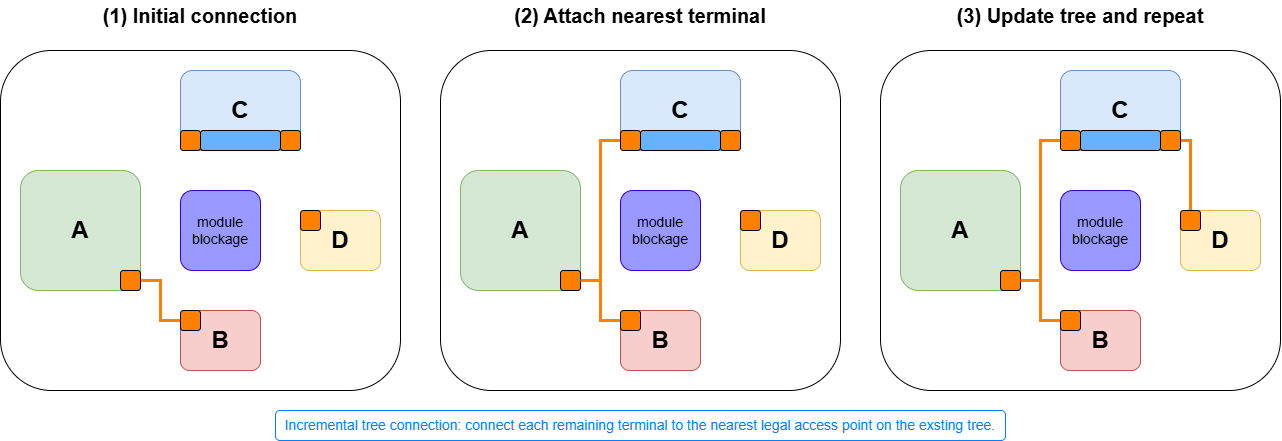
Before: assets/images/routing/incremental-tree-routing.png, a diagram exported from draw.io (RuihuaGao/analog-layout-research-portfolio). Source tidied: cells renumbered, new cells last; positions are measured from the earlier drawing's top-left corner, leaving out a move shared by most shapes. The source it was exported from:
```xml
<mxGraphModel>
  <root>
    <mxCell id="0" />
    <mxCell id="1" parent="0" />
    <mxCell id="2" style="rounded=1;whiteSpace=wrap;html=1;" parent="1" vertex="1">
      <mxGeometry y="50" width="400" height="340" as="geometry" />
    </mxCell>
    <mxCell id="3" value="&lt;font style=&quot;font-size: 24px;&quot;&gt;&lt;b&gt;A&lt;/b&gt;&lt;/font&gt;" style="rounded=1;whiteSpace=wrap;html=1;fillColor=#d5e8d4;strokeColor=#82b366;" parent="1" vertex="1">
      <mxGeometry x="20" y="170" width="120" height="120" as="geometry" />
    </mxCell>
    <mxCell id="4" value="module blockage" style="rounded=1;whiteSpace=wrap;html=1;fillColor=#9999FF;fontColor=#000000;strokeColor=#3700CC;fontSize=14;" parent="1" vertex="1">
      <mxGeometry x="180" y="190" width="80" height="80" as="geometry" />
    </mxCell>
    <mxCell id="5" value="C" style="rounded=1;whiteSpace=wrap;html=1;fontSize=24;fontStyle=1;fillColor=#dae8fc;strokeColor=#6c8ebf;" parent="1" vertex="1">
      <mxGeometry x="180" y="70" width="120" height="80" as="geometry" />
    </mxCell>
    <mxCell id="6" value="B" style="rounded=1;whiteSpace=wrap;html=1;fontSize=24;fontStyle=1;fillColor=#f8cecc;strokeColor=#b85450;" parent="1" vertex="1">
      <mxGeometry x="180" y="310" width="80" height="60" as="geometry" />
    </mxCell>
    <mxCell id="7" value="D" style="rounded=1;whiteSpace=wrap;html=1;fontSize=24;fontStyle=1;fillColor=#fff2cc;strokeColor=#d6b656;" parent="1" vertex="1">
      <mxGeometry x="300" y="210" width="80" height="60" as="geometry" />
    </mxCell>
    <mxCell id="8" style="edgeStyle=orthogonalEdgeStyle;rounded=0;jettySize=auto;html=1;exitX=1;exitY=0.5;exitDx=0;exitDy=0;entryX=0;entryY=0.5;entryDx=0;entryDy=0;endArrow=none;endFill=0;strokeColor=#FF8000;strokeWidth=3;" parent="1" edge="1" source="9" target="10">
      <mxGeometry relative="1" as="geometry" />
    </mxCell>
    <mxCell id="9" style="rounded=1;whiteSpace=wrap;html=1;fillColor=#FF8000;" parent="1" vertex="1">
      <mxGeometry x="120" y="270" width="20" height="20" as="geometry" />
    </mxCell>
    <mxCell id="10" style="rounded=1;whiteSpace=wrap;html=1;fillColor=#FF8000;" parent="1" vertex="1">
      <mxGeometry x="180" y="310" width="20" height="20" as="geometry" />
    </mxCell>
    <mxCell id="11" style="rounded=1;whiteSpace=wrap;html=1;fillColor=#FF8000;" parent="1" vertex="1">
      <mxGeometry x="180" y="130" width="20" height="20" as="geometry" />
    </mxCell>
    <mxCell id="12" style="rounded=1;whiteSpace=wrap;html=1;fillColor=#FF8000;" parent="1" vertex="1">
      <mxGeometry x="280" y="130" width="20" height="20" as="geometry" />
    </mxCell>
    <mxCell id="13" style="rounded=1;whiteSpace=wrap;html=1;fillColor=#FF8000;" parent="1" vertex="1">
      <mxGeometry x="300" y="210" width="20" height="20" as="geometry" />
    </mxCell>
    <mxCell id="14" style="rounded=1;whiteSpace=wrap;html=1;fillColor=#66B2FF;" parent="1" vertex="1">
      <mxGeometry x="200" y="130" width="80" height="20" as="geometry" />
    </mxCell>
    <mxCell id="15" value="(1) Initial connection" style="text;html=1;whiteSpace=wrap;strokeColor=none;fillColor=none;align=center;verticalAlign=middle;rounded=0;fontStyle=1;fontSize=20;" parent="1" vertex="1">
      <mxGeometry width="400" height="30" as="geometry" />
    </mxCell>
    <mxCell id="16" style="rounded=1;whiteSpace=wrap;html=1;" parent="1" vertex="1">
      <mxGeometry x="440" y="50" width="400" height="340" as="geometry" />
    </mxCell>
    <mxCell id="17" value="&lt;font style=&quot;font-size: 24px;&quot;&gt;&lt;b&gt;A&lt;/b&gt;&lt;/font&gt;" style="rounded=1;whiteSpace=wrap;html=1;fillColor=#d5e8d4;strokeColor=#82b366;" parent="1" vertex="1">
      <mxGeometry x="460" y="170" width="120" height="120" as="geometry" />
    </mxCell>
    <mxCell id="18" value="module blockage" style="rounded=1;whiteSpace=wrap;html=1;fillColor=#9999FF;fontColor=#000000;strokeColor=#3700CC;fontSize=14;" parent="1" vertex="1">
      <mxGeometry x="620" y="190" width="80" height="80" as="geometry" />
    </mxCell>
    <mxCell id="19" value="C" style="rounded=1;whiteSpace=wrap;html=1;fontSize=24;fontStyle=1;fillColor=#dae8fc;strokeColor=#6c8ebf;" parent="1" vertex="1">
      <mxGeometry x="620" y="70" width="120" height="80" as="geometry" />
    </mxCell>
    <mxCell id="20" value="B" style="rounded=1;whiteSpace=wrap;html=1;fontSize=24;fontStyle=1;fillColor=#f8cecc;strokeColor=#b85450;" parent="1" vertex="1">
      <mxGeometry x="620" y="310" width="80" height="60" as="geometry" />
    </mxCell>
    <mxCell id="21" value="D" style="rounded=1;whiteSpace=wrap;html=1;fontSize=24;fontStyle=1;fillColor=#fff2cc;strokeColor=#d6b656;" parent="1" vertex="1">
      <mxGeometry x="740" y="210" width="80" height="60" as="geometry" />
    </mxCell>
    <mxCell id="22" style="edgeStyle=orthogonalEdgeStyle;rounded=0;jettySize=auto;html=1;exitX=1;exitY=0.5;exitDx=0;exitDy=0;entryX=0;entryY=0.5;entryDx=0;entryDy=0;endArrow=none;endFill=0;strokeColor=#FF8000;strokeWidth=3;" parent="1" edge="1" source="23" target="24">
      <mxGeometry relative="1" as="geometry" />
    </mxCell>
    <mxCell id="23" style="rounded=1;whiteSpace=wrap;html=1;fillColor=#FF8000;" parent="1" vertex="1">
      <mxGeometry x="560" y="270" width="20" height="20" as="geometry" />
    </mxCell>
    <mxCell id="24" style="rounded=1;whiteSpace=wrap;html=1;fillColor=#FF8000;" parent="1" vertex="1">
      <mxGeometry x="620" y="310" width="20" height="20" as="geometry" />
    </mxCell>
    <mxCell id="25" style="edgeStyle=orthogonalEdgeStyle;rounded=0;jettySize=auto;html=1;exitX=0;exitY=0.5;exitDx=0;exitDy=0;entryX=1;entryY=0.5;entryDx=0;entryDy=0;endArrow=none;endFill=0;strokeWidth=3;strokeColor=#FF8000;" parent="1" edge="1" source="26" target="23">
      <mxGeometry relative="1" as="geometry" />
    </mxCell>
    <mxCell id="26" style="rounded=1;whiteSpace=wrap;html=1;fillColor=#FF8000;" parent="1" vertex="1">
      <mxGeometry x="620" y="130" width="20" height="20" as="geometry" />
    </mxCell>
    <mxCell id="27" style="rounded=1;whiteSpace=wrap;html=1;fillColor=#FF8000;" parent="1" vertex="1">
      <mxGeometry x="720" y="130" width="20" height="20" as="geometry" />
    </mxCell>
    <mxCell id="28" style="rounded=1;whiteSpace=wrap;html=1;fillColor=#FF8000;" parent="1" vertex="1">
      <mxGeometry x="740" y="210" width="20" height="20" as="geometry" />
    </mxCell>
    <mxCell id="29" style="rounded=1;whiteSpace=wrap;html=1;fillColor=#66B2FF;" parent="1" vertex="1">
      <mxGeometry x="640" y="130" width="80" height="20" as="geometry" />
    </mxCell>
    <mxCell id="30" value="(2) Attach nearest terminal" style="text;html=1;whiteSpace=wrap;strokeColor=none;fillColor=none;align=center;verticalAlign=middle;rounded=0;fontStyle=1;fontSize=20;" parent="1" vertex="1">
      <mxGeometry x="440" width="400" height="30" as="geometry" />
    </mxCell>
    <mxCell id="31" style="rounded=1;whiteSpace=wrap;html=1;" parent="1" vertex="1">
      <mxGeometry x="880" y="50" width="400" height="340" as="geometry" />
    </mxCell>
    <mxCell id="32" value="&lt;font style=&quot;font-size: 24px;&quot;&gt;&lt;b&gt;A&lt;/b&gt;&lt;/font&gt;" style="rounded=1;whiteSpace=wrap;html=1;fillColor=#d5e8d4;strokeColor=#82b366;" parent="1" vertex="1">
      <mxGeometry x="900" y="170" width="120" height="120" as="geometry" />
    </mxCell>
    <mxCell id="33" value="module blockage" style="rounded=1;whiteSpace=wrap;html=1;fillColor=#9999FF;fontColor=#000000;strokeColor=#3700CC;fontSize=14;" parent="1" vertex="1">
      <mxGeometry x="1060" y="190" width="80" height="80" as="geometry" />
    </mxCell>
    <mxCell id="34" value="C" style="rounded=1;whiteSpace=wrap;html=1;fontSize=24;fontStyle=1;fillColor=#dae8fc;strokeColor=#6c8ebf;" parent="1" vertex="1">
      <mxGeometry x="1060" y="70" width="120" height="80" as="geometry" />
    </mxCell>
    <mxCell id="35" value="B" style="rounded=1;whiteSpace=wrap;html=1;fontSize=24;fontStyle=1;fillColor=#f8cecc;strokeColor=#b85450;" parent="1" vertex="1">
      <mxGeometry x="1060" y="310" width="80" height="60" as="geometry" />
    </mxCell>
    <mxCell id="36" value="D" style="rounded=1;whiteSpace=wrap;html=1;fontSize=24;fontStyle=1;fillColor=#fff2cc;strokeColor=#d6b656;" parent="1" vertex="1">
      <mxGeometry x="1180" y="210" width="80" height="60" as="geometry" />
    </mxCell>
    <mxCell id="37" style="edgeStyle=orthogonalEdgeStyle;rounded=0;jettySize=auto;html=1;exitX=1;exitY=0.5;exitDx=0;exitDy=0;entryX=0;entryY=0.5;entryDx=0;entryDy=0;endArrow=none;endFill=0;strokeColor=#FF8000;strokeWidth=3;" parent="1" edge="1" source="38" target="39">
      <mxGeometry relative="1" as="geometry" />
    </mxCell>
    <mxCell id="38" style="rounded=1;whiteSpace=wrap;html=1;fillColor=#FF8000;" parent="1" vertex="1">
      <mxGeometry x="1000" y="270" width="20" height="20" as="geometry" />
    </mxCell>
    <mxCell id="39" style="rounded=1;whiteSpace=wrap;html=1;fillColor=#FF8000;" parent="1" vertex="1">
      <mxGeometry x="1060" y="310" width="20" height="20" as="geometry" />
    </mxCell>
    <mxCell id="40" style="edgeStyle=orthogonalEdgeStyle;rounded=0;jettySize=auto;html=1;exitX=0;exitY=0.5;exitDx=0;exitDy=0;entryX=1;entryY=0.5;entryDx=0;entryDy=0;endArrow=none;endFill=0;strokeWidth=3;strokeColor=#FF8000;" parent="1" edge="1" source="41" target="38">
      <mxGeometry relative="1" as="geometry" />
    </mxCell>
    <mxCell id="41" style="rounded=1;whiteSpace=wrap;html=1;fillColor=#FF8000;" parent="1" vertex="1">
      <mxGeometry x="1060" y="130" width="20" height="20" as="geometry" />
    </mxCell>
    <mxCell id="42" style="edgeStyle=orthogonalEdgeStyle;rounded=0;jettySize=auto;html=1;exitX=1;exitY=0.5;exitDx=0;exitDy=0;entryX=0.5;entryY=0;entryDx=0;entryDy=0;strokeColor=#FF8000;strokeWidth=3;endArrow=none;endFill=0;" parent="1" edge="1" source="43" target="44">
      <mxGeometry relative="1" as="geometry">
        <Array as="points">
          <mxPoint x="1190" y="140" />
        </Array>
      </mxGeometry>
    </mxCell>
    <mxCell id="43" style="rounded=1;whiteSpace=wrap;html=1;fillColor=#FF8000;" parent="1" vertex="1">
      <mxGeometry x="1160" y="130" width="20" height="20" as="geometry" />
    </mxCell>
    <mxCell id="44" style="rounded=1;whiteSpace=wrap;html=1;fillColor=#FF8000;" parent="1" vertex="1">
      <mxGeometry x="1180" y="210" width="20" height="20" as="geometry" />
    </mxCell>
    <mxCell id="45" style="rounded=1;whiteSpace=wrap;html=1;fillColor=#66B2FF;" parent="1" vertex="1">
      <mxGeometry x="1080" y="130" width="80" height="20" as="geometry" />
    </mxCell>
    <mxCell id="46" value="(3) Update tree and repeat" style="text;html=1;whiteSpace=wrap;strokeColor=none;fillColor=none;align=center;verticalAlign=middle;rounded=0;fontStyle=1;fontSize=20;" parent="1" vertex="1">
      <mxGeometry x="880" width="400" height="30" as="geometry" />
    </mxCell>
    <mxCell id="47" value="&lt;span&gt;Incremental tree connection: connect each remaining terminal to the nearest legal access point on the exsting tree.&lt;/span&gt;" style="rounded=1;whiteSpace=wrap;html=1;fontColor=#007FFF;strokeColor=#007FFF;fontSize=14;" parent="1" vertex="1">
      <mxGeometry x="275" y="410" width="730" height="30" as="geometry" />
    </mxCell>
  </root>
</mxGraphModel>
```
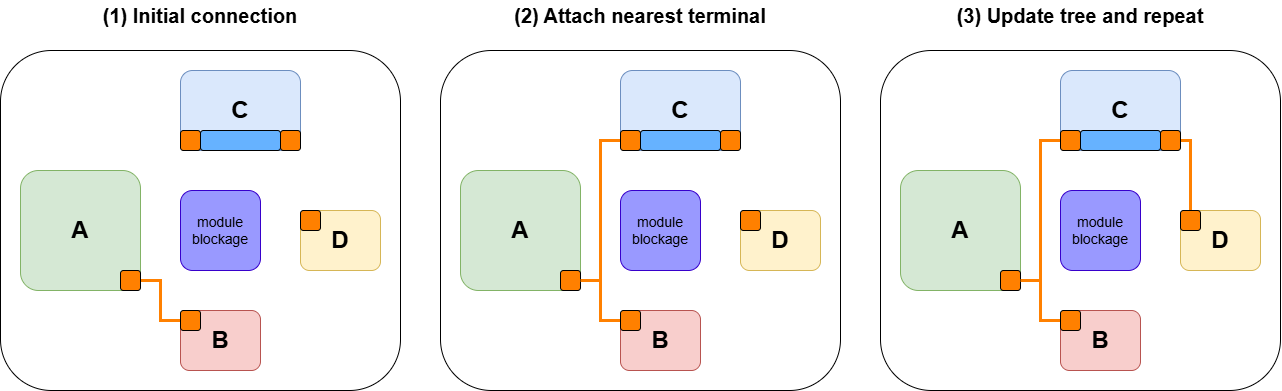
After the change.

The edit, as a diff of the source:
```diff
@@ -141,8 +141,5 @@
     <mxCell id="46" value="(3) Update tree and repeat" style="text;html=1;whiteSpace=wrap;strokeColor=none;fillColor=none;align=center;verticalAlign=middle;rounded=0;fontStyle=1;fontSize=20;" parent="1" vertex="1">
       <mxGeometry x="880" width="400" height="30" as="geometry" />
     </mxCell>
-    <mxCell id="47" value="&lt;span&gt;Incremental tree connection: connect each remaining terminal to the nearest legal access point on the exsting tree.&lt;/span&gt;" style="rounded=1;whiteSpace=wrap;html=1;fontColor=#007FFF;strokeColor=#007FFF;fontSize=14;" parent="1" vertex="1">
-      <mxGeometry x="275" y="410" width="730" height="30" as="geometry" />
-    </mxCell>
   </root>
 </mxGraphModel>
```
